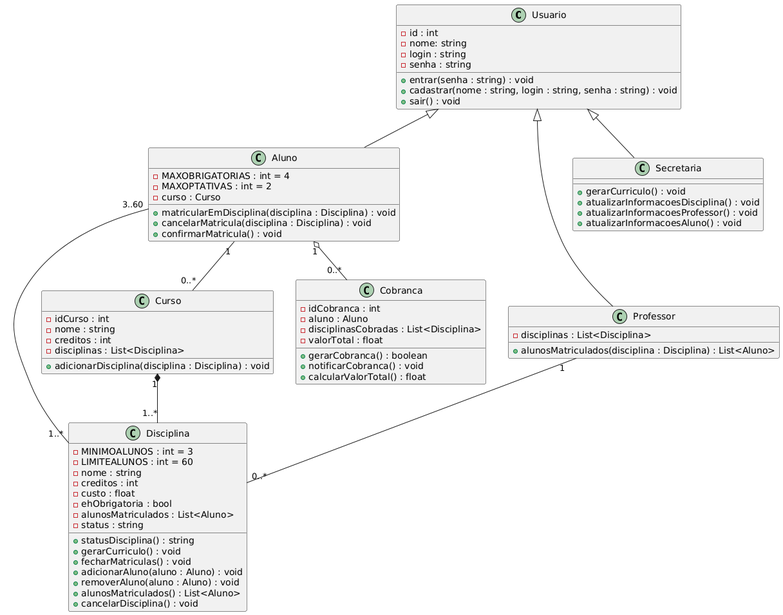
Before: project/diagrams/classdiagram.png, a diagram exported from PlantUML (iannovais/LDS-matriculas).
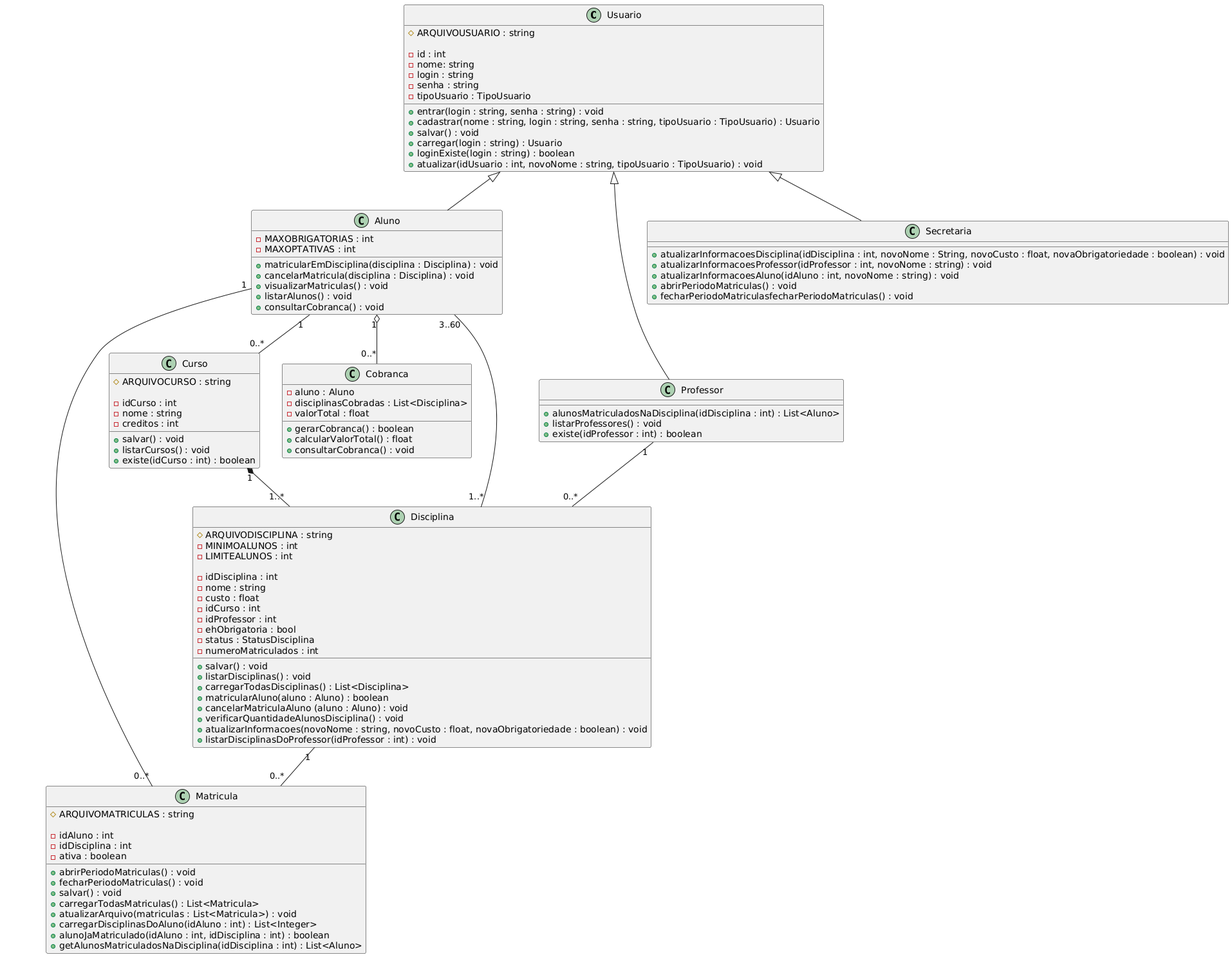
The same diagram one commit later.

Change to the diagram source:
```diff
@@ -1,76 +1,109 @@
 @startuml
 class Usuario {
+    # ARQUIVOUSUARIO : string
+
     - id : int
     - nome: string
     - login : string
     - senha : string
+    - tipoUsuario : TipoUsuario
 
-    + entrar(senha : string) : void
-    + cadastrar(nome : string, login : string, senha : string) : void
-    + sair() : void
+    + entrar(login : string, senha : string) : void
+    + cadastrar(nome : string, login : string, senha : string, tipoUsuario : TipoUsuario) : Usuario
+    + salvar() : void
+    + carregar(login : string) : Usuario
+    + loginExiste(login : string) : boolean
+    + atualizar(idUsuario : int, novoNome : string, tipoUsuario : TipoUsuario) : void
 }
 
 class Aluno {
-    - MAXOBRIGATORIAS : int = 4
-    - MAXOPTATIVAS : int = 2
-    - curso : Curso
+    - MAXOBRIGATORIAS : int
+    - MAXOPTATIVAS : int
 
     + matricularEmDisciplina(disciplina : Disciplina) : void
     + cancelarMatricula(disciplina : Disciplina) : void
-    + confirmarMatricula() : void
+    + visualizarMatriculas() : void
+    + listarAlunos() : void
+    + consultarCobranca() : void
 }
 
 class Professor {
-    - disciplinas : List<Disciplina>
 
-    + alunosMatriculados(disciplina : Disciplina) : List<Aluno>
+    + alunosMatriculadosNaDisciplina(idDisciplina : int) : List<Aluno>
+    + listarProfessores() : void
+    + existe(idProfessor : int) : boolean
 }
 
 class Secretaria {
 
-    + gerarCurriculo() : void
-    + atualizarInformacoesDisciplina() : void
-    + atualizarInformacoesProfessor() : void
-    + atualizarInformacoesAluno() : void
+    + atualizarInformacoesDisciplina(idDisciplina : int, novoNome : String, novoCusto : float, novaObrigatoriedade : boolean) : void
+    + atualizarInformacoesProfessor(idProfessor : int, novoNome : string) : void
+    + atualizarInformacoesAluno(idAluno : int, novoNome : string) : void
+    + abrirPeriodoMatriculas() : void
+    + fecharPeriodoMatriculasfecharPeriodoMatriculas() : void
 }
 
 class Disciplina {
-    - MINIMOALUNOS : int = 3
-    - LIMITEALUNOS : int = 60
+    # ARQUIVODISCIPLINA : string
+    - MINIMOALUNOS : int
+    - LIMITEALUNOS : int
+
+    - idDisciplina : int
     - nome : string
-    - creditos : int
     - custo : float
+    - idCurso : int
+    - idProfessor : int
     - ehObrigatoria : bool
-    - alunosMatriculados : List<Aluno>
-    - status : string
+    - status : StatusDisciplina
+    - numeroMatriculados : int
 
-    + statusDisciplina() : string
-    + gerarCurriculo() : void
-    + fecharMatriculas() : void
-    + adicionarAluno(aluno : Aluno) : void
-    + removerAluno(aluno : Aluno) : void
-    + alunosMatriculados() : List<Aluno>
-    + cancelarDisciplina() : void
+    + salvar() : void
+    + listarDisciplinas() : void
+    + carregarTodasDisciplinas() : List<Disciplina>
+    + matricularAluno(aluno : Aluno) : boolean
+    + cancelarMatriculaAluno (aluno : Aluno) : void
+    + verificarQuantidadeAlunosDisciplina() : void
+    + atualizarInformacoes(novoNome : string, novoCusto : float, novaObrigatoriedade : boolean) : void
+    + listarDisciplinasDoProfessor(idProfessor : int) : void
+}
+
+class Matricula {
+    # ARQUIVOMATRICULAS : string
+
+    - idAluno : int
+    - idDisciplina : int
+    - ativa : boolean
+
+    + abrirPeriodoMatriculas() : void
+    + fecharPeriodoMatriculas() : void
+    + salvar() : void
+    + carregarTodasMatriculas() : List<Matricula>
+    + atualizarArquivo(matriculas : List<Matricula>) : void
+    + carregarDisciplinasDoAluno(idAluno : int) : List<Integer>
+    + alunoJaMatriculado(idAluno : int, idDisciplina : int) : boolean
+    + getAlunosMatriculadosNaDisciplina(idDisciplina : int) : List<Aluno>
 }
 
 class Curso {
+    # ARQUIVOCURSO : string
+
     - idCurso : int
     - nome : string
     - creditos : int
-    - disciplinas : List<Disciplina>
 
-    + adicionarDisciplina(disciplina : Disciplina) : void
+    + salvar() : void
+    + listarCursos() : void
+    + existe(idCurso : int) : boolean
 }
 
 class Cobranca {
-    - idCobranca : int
     - aluno : Aluno
     - disciplinasCobradas : List<Disciplina>
     - valorTotal : float
 
     + gerarCobranca() : boolean
-    + notificarCobranca() : void
     + calcularValorTotal() : float
+    + consultarCobranca() : void
 }
 
 Usuario <|-- Aluno
@@ -82,4 +115,6 @@
 Professor "1" -- "0..*" Disciplina
 Curso "1" *-- "1..*" Disciplina
 Aluno "1" o-- "0..*" Cobranca
+Aluno "1" -- "0..*" Matricula
+Disciplina "1" -- "0..*" Matricula
 @enduml
```
